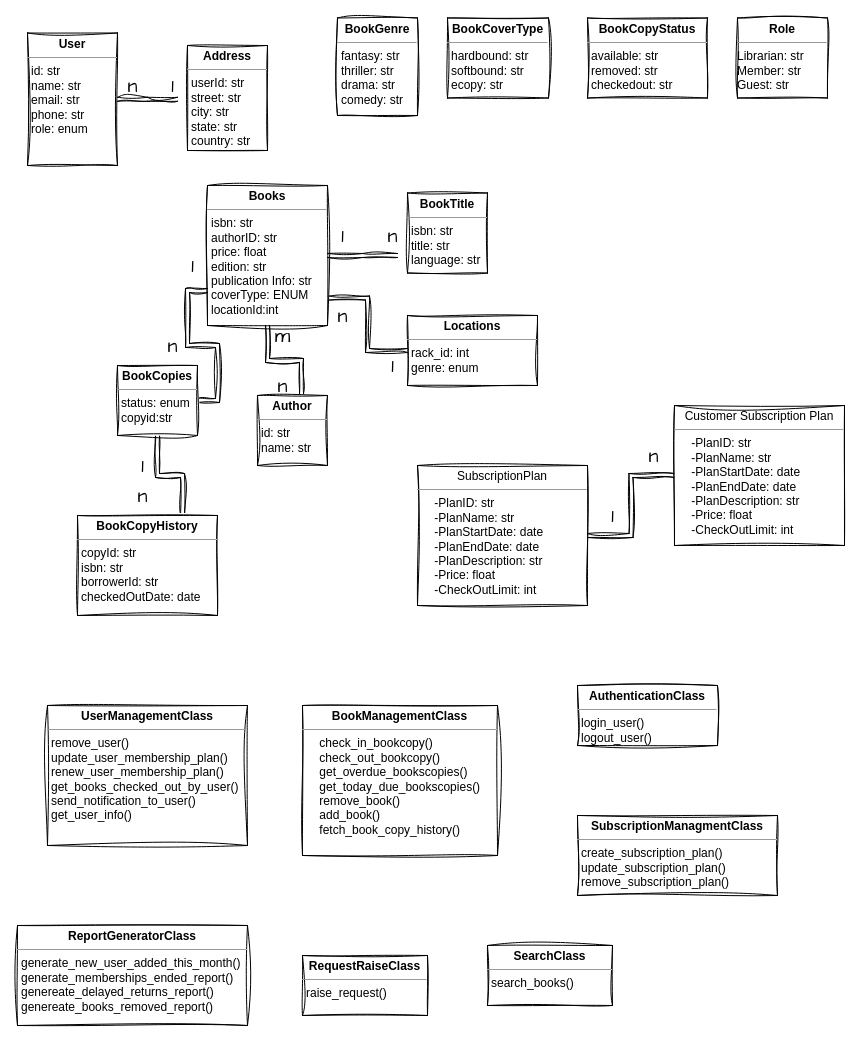
Before: library_management_system_lld_diagram.drawio in gap6033/Library-Management-System, a draw.io diagram. Source tidied: cells renumbered, new cells numbered last; positions are measured from the earlier drawing's top-left corner, leaving out a move shared by most shapes. Both pictures are drawn from the tidied source at 100%, with x=0, y=0 at pixel (17, 17).
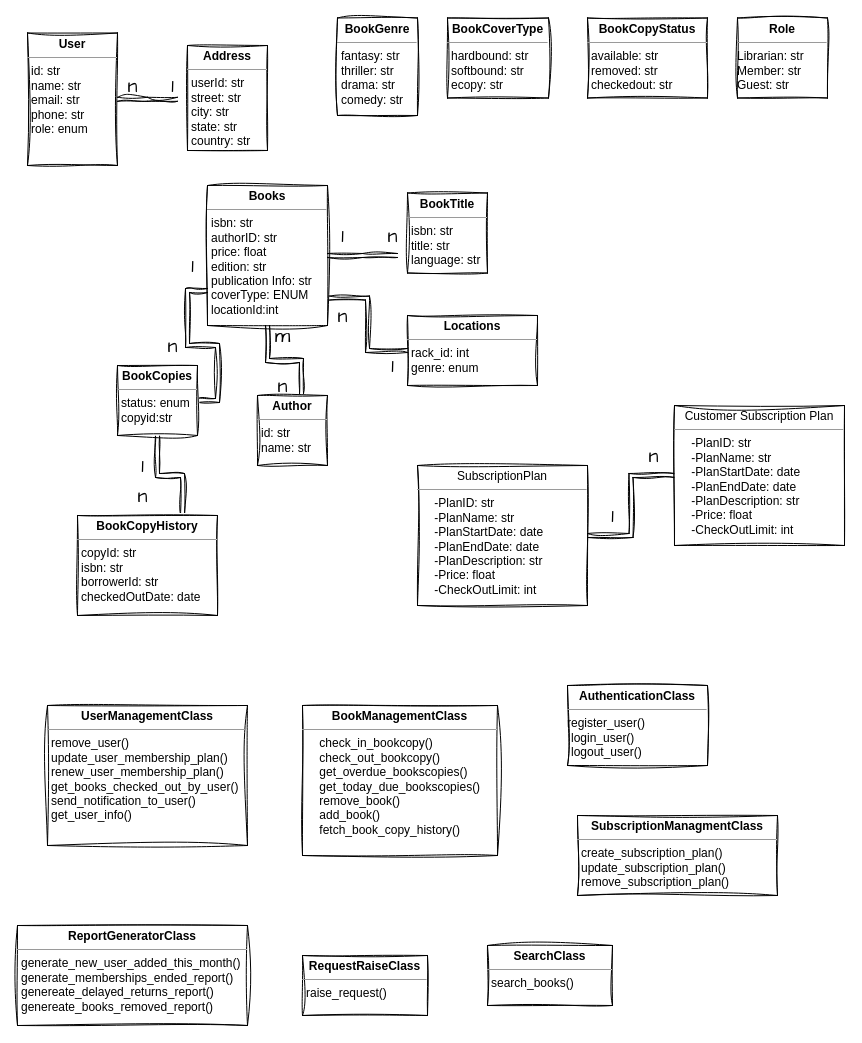
The same diagram, later.

Commit message (it also covers changes not shown here):
updated arrows of module diagram

Change to the diagram source:
```diff
@@
-    <mxCell id="39" value="&lt;p style=&quot;margin:0px;margin-top:4px;text-align:center;&quot;&gt;&lt;b&gt;AuthenticationClass&lt;/b&gt;&lt;/p&gt;&lt;hr size=&quot;1&quot;&gt;&lt;p style=&quot;margin:0px;margin-left:4px;&quot;&gt;login_user()&lt;/p&gt;&lt;p style=&quot;margin:0px;margin-left:4px;&quot;&gt;logout_user()&lt;/p&gt;&lt;p style=&quot;margin:0px;margin-left:4px;&quot;&gt;&amp;nbsp; &amp;nbsp;&lt;/p&gt;" style="verticalAlign=top;align=left;overflow=fill;fontSize=12;fontFamily=Helvetica;html=1;whiteSpace=wrap;sketch=1;hachureGap=4;jiggle=2;curveFitting=1;" parent="1" vertex="1">
-      <mxGeometry x="560" y="668" width="140" height="60" as="geometry" />
+    <mxCell id="39" value="&lt;p style=&quot;margin:0px;margin-top:4px;text-align:center;&quot;&gt;&lt;b&gt;AuthenticationClass&lt;/b&gt;&lt;/p&gt;&lt;hr size=&quot;1&quot;&gt;register_user()&lt;br&gt;&lt;p style=&quot;margin:0px;margin-left:4px;&quot;&gt;login_user()&lt;/p&gt;&lt;p style=&quot;margin:0px;margin-left:4px;&quot;&gt;logout_user()&lt;/p&gt;&lt;p style=&quot;margin:0px;margin-left:4px;&quot;&gt;&amp;nbsp; &amp;nbsp;&lt;/p&gt;" style="verticalAlign=top;align=left;overflow=fill;fontSize=12;fontFamily=Helvetica;html=1;whiteSpace=wrap;sketch=1;hachureGap=4;jiggle=2;curveFitting=1;" parent="1" vertex="1">
+      <mxGeometry x="550" y="668" width="140" height="80" as="geometry" />
     </mxCell>
```
